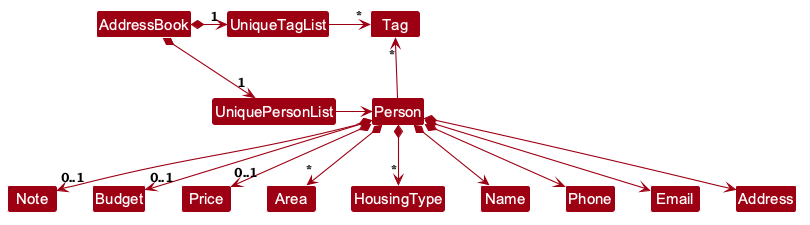
This is docs/images/BetterModelClassDiagram.png from AY2627S1-CS2103T-W09-3/tp, a PlantUML export, as it was before one commit. Its diagram source:
```plantuml
@startuml
!include style.puml
skinparam arrowThickness 1.1
skinparam arrowColor MODEL_COLOR
skinparam classBackgroundColor MODEL_COLOR

AddressBook *-right-> "1" UniquePersonList
AddressBook *-right-> "1" UniqueTagList
UniqueTagList -[hidden]down- UniquePersonList
UniqueTagList -[hidden]down- UniquePersonList

UniqueTagList -right-> "*" Tag
UniquePersonList -right-> Person

Person -up-> "*" Tag
Person *--> "0..1" Note
Person *--> "0..1" Budget
Person *--> "0..1" Price
Person *--> "*" Area
Person *--> "*" HousingType
Person *--> Name
Person *--> Phone
Person *--> Email
Person *--> Address
@enduml
```
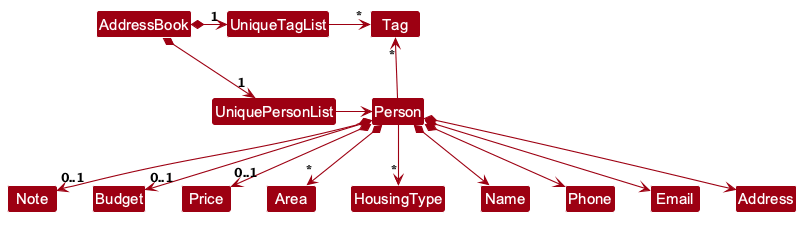
The same diagram one commit later.

Commit message:
Use an association for the HousingType enum in the model diagrams

Diff of the diagram source:
```diff
@@ -17,7 +17,7 @@
 Person *--> "0..1" Budget
 Person *--> "0..1" Price
 Person *--> "*" Area
-Person *--> "*" HousingType
+Person --> "*" HousingType
 Person *--> Name
 Person *--> Phone
 Person *--> Email
```
